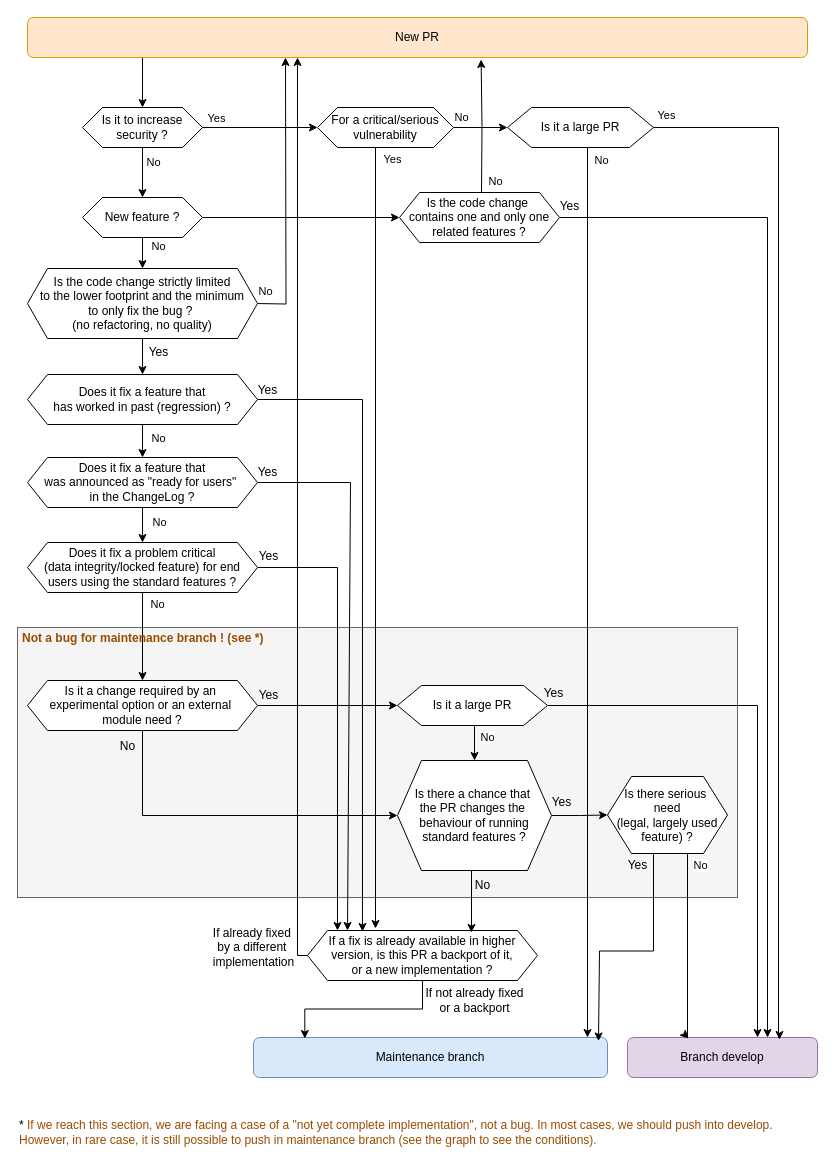
Earlier version of the draw.io diagram dev/Qualification PR ERD.drawio (Dolibarr/dolibarr-foundation). Source tidied: cells renumbered, new cells numbered last; positions are measured from the earlier drawing's top-left corner, leaving out a move shared by most shapes. Both pictures are drawn from the tidied source at 100%, with x=0, y=0 at pixel (17, 17).
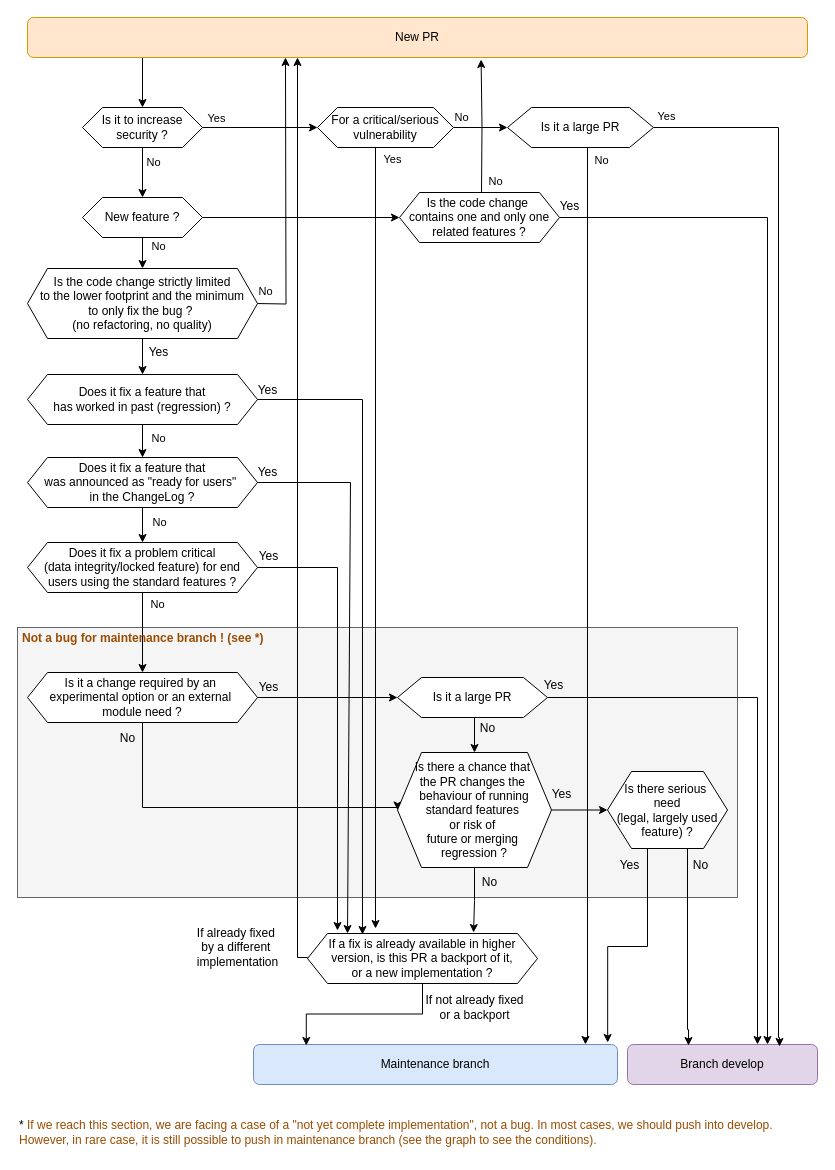
The same diagram, later.

Commit message (it also covers changes not shown here):
Mettre à jour Qualification PR ERD.drawio

The change refers to these unchanged cells:
```xml
<mxCell id="20" value="Is it a large PR" style="shape=hexagon;perimeter=hexagonPerimeter2;whiteSpace=wrap;html=1;fixedSize=1;size=24;" parent="1" vertex="1">
  <mxGeometry x="490" y="90" width="146" height="40" as="geometry" />
</mxCell>
<mxCell id="44" style="edgeStyle=orthogonalEdgeStyle;rounded=0;jettySize=auto;html=1;exitX=0.5;exitY=1;exitDx=0;exitDy=0;entryX=0.5;entryY=0;entryDx=0;entryDy=0;" parent="1" edge="1" source="46" target="49">
  <mxGeometry relative="1" as="geometry" />
</mxCell>
```

What changed in the source:
```diff
@@
     <mxCell id="5" value="Branch develop" style="rounded=1;whiteSpace=wrap;html=1;fontSize=12;glass=0;strokeWidth=1;shadow=0;fillColor=#e1d5e7;strokeColor=#9673a6;" parent="1" vertex="1">
-      <mxGeometry x="610" y="1020" width="190" height="40" as="geometry" />
+      <mxGeometry x="610" y="1027" width="190" height="40" as="geometry" />
     </mxCell>
@@
     <mxCell id="21" value="Maintenance branch" style="rounded=1;whiteSpace=wrap;html=1;fontSize=12;glass=0;strokeWidth=1;shadow=0;fillColor=#dae8fc;strokeColor=#6c8ebf;" parent="1" vertex="1">
-      <mxGeometry x="236" y="1020" width="354" height="40" as="geometry" />
+      <mxGeometry x="236" y="1027" width="364" height="40" as="geometry" />
     </mxCell>
@@
     <mxCell id="39" style="edgeStyle=orthogonalEdgeStyle;rounded=0;jettySize=auto;html=1;entryX=0;entryY=0.5;entryDx=0;entryDy=0;" parent="1" edge="1" source="40" target="49">
       <mxGeometry relative="1" as="geometry">
         <Array as="points">
-          <mxPoint x="125" y="798" />
+          <mxPoint x="125" y="790" />
+          <mxPoint x="380" y="790" />
         </Array>
       </mxGeometry>
     </mxCell>
     <mxCell id="40" value="Is it a change required by an&amp;nbsp;&lt;div&gt;&lt;span style=&quot;background-color: transparent; color: light-dark(rgb(0, 0, 0), rgb(255, 255, 255));&quot;&gt;experimental option or an external&amp;nbsp;&lt;/span&gt;&lt;/div&gt;&lt;div&gt;&lt;span style=&quot;background-color: transparent; color: light-dark(rgb(0, 0, 0), rgb(255, 255, 255));&quot;&gt;module need ?&lt;/span&gt;&lt;/div&gt;" style="shape=hexagon;perimeter=hexagonPerimeter2;whiteSpace=wrap;html=1;fixedSize=1;" parent="1" vertex="1">
-      <mxGeometry x="10" y="663" width="230" height="50" as="geometry" />
+      <mxGeometry x="10" y="655" width="230" height="50" as="geometry" />
     </mxCell>
@@
     <mxCell id="42" value="Yes" style="text;html=1;align=center;verticalAlign=middle;strokeColor=none;fillColor=none;" parent="1" vertex="1">
-      <mxGeometry x="231" y="663" width="40" height="30" as="geometry" />
+      <mxGeometry x="231" y="655" width="40" height="30" as="geometry" />
     </mxCell>
     <mxCell id="43" style="edgeStyle=orthogonalEdgeStyle;rounded=0;jettySize=auto;html=1;" parent="1" edge="1" source="46" target="5">
       <mxGeometry relative="1" as="geometry">
         <Array as="points">
-          <mxPoint x="740" y="688" />
+          <mxPoint x="740" y="680" />
         </Array>
       </mxGeometry>
     </mxCell>
@@
-    <mxCell id="45" value="No" style="edgeLabel;html=1;align=center;verticalAlign=middle;" parent="44" vertex="1">
-      <mxGeometry x="0.08" y="2" relative="1" as="geometry">
-        <mxPoint x="10" y="-7" as="offset" />
-      </mxGeometry>
-    </mxCell>
     <mxCell id="46" value="Is it a large PR" style="shape=hexagon;perimeter=hexagonPerimeter2;whiteSpace=wrap;html=1;fixedSize=1;size=24;" parent="1" vertex="1">
-      <mxGeometry x="380" y="668" width="150" height="40" as="geometry" />
+      <mxGeometry x="380" y="660" width="150" height="40" as="geometry" />
     </mxCell>
     <mxCell id="47" value="Yes" style="text;html=1;align=center;verticalAlign=middle;strokeColor=none;fillColor=none;" parent="1" vertex="1">
-      <mxGeometry x="516" y="661" width="40" height="30" as="geometry" />
+      <mxGeometry x="516" y="653" width="40" height="30" as="geometry" />
     </mxCell>
@@
-    <mxCell id="49" value="Is there a chance that&amp;nbsp;&lt;div&gt;the PR changes the&amp;nbsp;&lt;/div&gt;&lt;div&gt;behaviour&lt;span style=&quot;background-color: transparent; color: light-dark(rgb(0, 0, 0), rgb(255, 255, 255));&quot;&gt;&amp;nbsp;of running standard&amp;nbsp;&lt;/span&gt;&lt;span style=&quot;background-color: transparent; color: light-dark(rgb(0, 0, 0), rgb(255, 255, 255));&quot;&gt;features ?&lt;/span&gt;&lt;/div&gt;" style="shape=hexagon;perimeter=hexagonPerimeter2;whiteSpace=wrap;html=1;fixedSize=1;size=24;" parent="1" vertex="1">
-      <mxGeometry x="380" y="743" width="154" height="110" as="geometry" />
+    <mxCell id="49" value="Is there a chance that&amp;nbsp;&lt;div&gt;the PR changes the&amp;nbsp;&lt;/div&gt;&lt;div&gt;behaviour&amp;nbsp;&lt;span style=&quot;background-color: transparent; color: light-dark(rgb(0, 0, 0), rgb(255, 255, 255));&quot;&gt;of running standard&amp;nbsp;&lt;/span&gt;&lt;span style=&quot;background-color: transparent; color: light-dark(rgb(0, 0, 0), rgb(255, 255, 255));&quot;&gt;features&amp;nbsp;&lt;/span&gt;&lt;/div&gt;&lt;div&gt;&lt;span style=&quot;background-color: transparent; color: light-dark(rgb(0, 0, 0), rgb(255, 255, 255));&quot;&gt;or risk of&amp;nbsp;&lt;/span&gt;&lt;/div&gt;&lt;div&gt;&lt;span style=&quot;background-color: transparent; color: light-dark(rgb(0, 0, 0), rgb(255, 255, 255));&quot;&gt;future or merging&amp;nbsp;&lt;/span&gt;&lt;/div&gt;&lt;div&gt;&lt;span style=&quot;background-color: transparent; color: light-dark(rgb(0, 0, 0), rgb(255, 255, 255));&quot;&gt;regression ?&lt;/span&gt;&lt;/div&gt;" style="shape=hexagon;perimeter=hexagonPerimeter2;whiteSpace=wrap;html=1;fixedSize=1;size=24;" parent="1" vertex="1">
+      <mxGeometry x="380" y="735" width="154" height="115" as="geometry" />
     </mxCell>
@@
     <mxCell id="51" value="Yes" style="text;html=1;align=center;verticalAlign=middle;strokeColor=none;fillColor=none;" parent="1" vertex="1">
-      <mxGeometry x="524" y="770" width="40" height="30" as="geometry" />
+      <mxGeometry x="524" y="762" width="40" height="30" as="geometry" />
     </mxCell>
@@
     <mxCell id="57" style="edgeStyle=orthogonalEdgeStyle;rounded=0;jettySize=auto;html=1;exitX=0;exitY=0.5;exitDx=0;exitDy=0;" parent="1" edge="1" source="58">
       <mxGeometry relative="1" as="geometry">
         <mxPoint x="280" y="40" as="targetPoint" />
         <Array as="points">
-          <mxPoint x="280" y="938" />
-          <mxPoint x="280" y="40" />
+          <mxPoint x="290" y="940" />
+          <mxPoint x="280" y="940" />
         </Array>
       </mxGeometry>
     </mxCell>
     <mxCell id="58" value="If a fix is already available in higher&lt;div&gt;version, is this PR a backport of it,&lt;/div&gt;&lt;div&gt;or a new implementation&amp;nbsp;&lt;span style=&quot;background-color: transparent; color: light-dark(rgb(0, 0, 0), rgb(255, 255, 255));&quot;&gt;?&lt;/span&gt;&lt;/div&gt;" style="shape=hexagon;perimeter=hexagonPerimeter2;whiteSpace=wrap;html=1;fixedSize=1;" parent="1" vertex="1">
-      <mxGeometry x="290" y="913" width="230" height="50" as="geometry" />
+      <mxGeometry x="290" y="916" width="230" height="50" as="geometry" />
     </mxCell>
@@
     <mxCell id="60" value="No" style="text;html=1;align=center;verticalAlign=middle;strokeColor=none;fillColor=none;" parent="1" vertex="1">
-      <mxGeometry x="445" y="853" width="40" height="30" as="geometry" />
+      <mxGeometry x="452" y="850" width="40" height="30" as="geometry" />
     </mxCell>
     <mxCell id="61" value="&lt;span style=&quot;font-weight: normal;&quot;&gt;If not already fixed&lt;/span&gt;&lt;div&gt;&lt;span style=&quot;font-weight: normal;&quot;&gt;or a backport&lt;/span&gt;&lt;/div&gt;" style="text;html=1;align=center;verticalAlign=middle;strokeColor=none;fillColor=none;fontStyle=1;" parent="1" vertex="1">
-      <mxGeometry x="397" y="963" width="120" height="40" as="geometry" />
+      <mxGeometry x="397" y="970" width="120" height="40" as="geometry" />
     </mxCell>
     <mxCell id="62" value="&lt;span style=&quot;font-weight: 400;&quot;&gt;If already fixed&amp;nbsp;&lt;/span&gt;&lt;div&gt;&lt;span style=&quot;font-weight: 400;&quot;&gt;by a different&amp;nbsp;&lt;/span&gt;&lt;/div&gt;&lt;div&gt;&lt;span style=&quot;font-weight: 400;&quot;&gt;implementation&lt;/span&gt;&lt;/div&gt;" style="text;html=1;align=center;verticalAlign=middle;strokeColor=none;fillColor=none;fontStyle=1;" parent="1" vertex="1">
-      <mxGeometry x="186" y="900" width="100" height="60" as="geometry" />
+      <mxGeometry x="170" y="900" width="100" height="60" as="geometry" />
     </mxCell>
@@
-    <mxCell id="68" style="edgeStyle=orthogonalEdgeStyle;rounded=0;orthogonalLoop=1;jettySize=auto;html=1;exitX=0.5;exitY=1;exitDx=0;exitDy=0;" parent="1" edge="1">
-      <mxGeometry relative="1" as="geometry">
-        <mxPoint x="481" y="853" as="sourcePoint" />
-        <mxPoint x="454" y="915" as="targetPoint" />
-        <Array as="points">
-          <mxPoint x="454" y="853" />
-          <mxPoint x="454" y="915" />
-        </Array>
-      </mxGeometry>
-    </mxCell>
@@
-    <mxCell id="71" style="edgeStyle=orthogonalEdgeStyle;rounded=0;jettySize=auto;html=1;" parent="1" edge="1" source="20">
+    <mxCell id="71" style="edgeStyle=orthogonalEdgeStyle;rounded=0;jettySize=auto;html=1;entryX=0.912;entryY=0;entryDx=0;entryDy=0;entryPerimeter=0;" parent="1" edge="1" source="20" target="21">
       <mxGeometry relative="1" as="geometry">
-        <mxPoint x="570" y="1020" as="targetPoint" />
         <Array as="points">
           <mxPoint x="570" y="1020" />
+          <mxPoint x="568" y="1020" />
         </Array>
       </mxGeometry>
     </mxCell>
-    <mxCell id="72" style="edgeStyle=orthogonalEdgeStyle;rounded=0;orthogonalLoop=1;jettySize=auto;html=1;" parent="1" edge="1">
-      <mxGeometry relative="1" as="geometry">
-        <mxPoint x="636" y="836.5" as="sourcePoint" />
-        <mxPoint x="581" y="1023.5" as="targetPoint" />
-        <Array as="points">
-          <mxPoint x="636" y="933.5" />
-          <mxPoint x="582" y="933.5" />
-        </Array>
-      </mxGeometry>
-    </mxCell>
     <mxCell id="73" style="edgeStyle=orthogonalEdgeStyle;rounded=0;jettySize=auto;html=1;entryX=0.321;entryY=0.025;entryDx=0;entryDy=0;entryPerimeter=0;" parent="1" edge="1" source="74" target="5">
       <mxGeometry relative="1" as="geometry">
         <Array as="points">
-          <mxPoint x="670" y="1020" />
+          <mxPoint x="670" y="1012" />
         </Array>
       </mxGeometry>
     </mxCell>
     <mxCell id="74" value="Is there serious&amp;nbsp;&lt;div&gt;need&lt;div&gt;(legal, largely used feature) ?&lt;/div&gt;&lt;/div&gt;" style="shape=hexagon;perimeter=hexagonPerimeter2;whiteSpace=wrap;html=1;fixedSize=1;size=24;" parent="1" vertex="1">
-      <mxGeometry x="590" y="759" width="120" height="77" as="geometry" />
+      <mxGeometry x="590" y="754" width="120" height="77" as="geometry" />
     </mxCell>
     <mxCell id="75" value="Yes" style="text;html=1;align=center;verticalAlign=middle;strokeColor=none;fillColor=none;" parent="1" vertex="1">
-      <mxGeometry x="600" y="833" width="40" height="30" as="geometry" />
+      <mxGeometry x="592" y="833" width="40" height="30" as="geometry" />
     </mxCell>
-    <mxCell id="76" value="No" style="edgeLabel;html=1;align=center;verticalAlign=middle;" parent="1" vertex="1">
-      <mxGeometry x="485" y="729" as="geometry">
-        <mxPoint x="197" y="118" as="offset" />
-      </mxGeometry>
-    </mxCell>
     <mxCell id="77" value="No" style="text;html=1;align=center;verticalAlign=middle;strokeColor=none;fillColor=none;" parent="1" vertex="1">
-      <mxGeometry x="90" y="714" width="40" height="30" as="geometry" />
+      <mxGeometry x="90" y="706" width="40" height="30" as="geometry" />
     </mxCell>
+    <mxCell id="78" value="No" style="text;html=1;align=center;verticalAlign=middle;strokeColor=none;fillColor=none;" parent="1" vertex="1">
+      <mxGeometry x="450" y="696" width="40" height="30" as="geometry" />
+    </mxCell>
+    <mxCell id="79" value="No" style="text;html=1;align=center;verticalAlign=middle;strokeColor=none;fillColor=none;" parent="1" vertex="1">
+      <mxGeometry x="663" y="833" width="40" height="30" as="geometry" />
+    </mxCell>
+    <mxCell id="80" style="edgeStyle=orthogonalEdgeStyle;rounded=0;jettySize=auto;html=1;exitX=0.5;exitY=1;exitDx=0;exitDy=0;entryX=0.722;entryY=-0.02;entryDx=0;entryDy=0;entryPerimeter=0;" parent="1" edge="1" source="49" target="58">
+      <mxGeometry relative="1" as="geometry" />
+    </mxCell>
+    <mxCell id="81" style="edgeStyle=orthogonalEdgeStyle;rounded=0;jettySize=auto;html=1;entryX=0.973;entryY=-0.05;entryDx=0;entryDy=0;entryPerimeter=0;" parent="1" edge="1" source="74" target="21">
+      <mxGeometry relative="1" as="geometry">
+        <Array as="points">
+          <mxPoint x="630" y="929" />
+          <mxPoint x="590" y="929" />
+        </Array>
+      </mxGeometry>
+    </mxCell>
```
